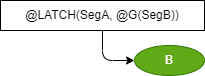
Above: Language/png/Op3.dio.png in DualsoftDev/ds (draw.io), before the change. Source tidied: cells renumbered, new cells last; positions are measured from the earlier drawing's top-left corner, leaving out a move shared by most shapes. Source of this version:
```xml
<mxGraphModel>
  <root>
    <mxCell id="0" />
    <mxCell id="1" parent="0" />
    <mxCell id="2" style="edgeStyle=orthogonalEdgeStyle;html=1;entryX=0;entryY=0.5;entryDx=0;entryDy=0;" parent="1" edge="1" source="4" target="3">
      <mxGeometry relative="1" as="geometry" />
    </mxCell>
    <mxCell id="3" value="B" style="ellipse;whiteSpace=wrap;html=1;fillColor=#60a917;fontColor=#ffffff;strokeColor=#2D7600;" parent="1" vertex="1">
      <mxGeometry x="134" y="45" width="70" height="30" as="geometry" />
    </mxCell>
    <mxCell id="4" value="@LATCH(SegA, @G(SegB))" style="rounded=0;whiteSpace=wrap;html=1;" parent="1" vertex="1">
      <mxGeometry width="204" height="30" as="geometry" />
    </mxCell>
  </root>
</mxGraphModel>
```
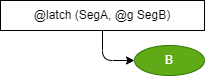
After the commit.

The edit, as a diff of the source:
```diff
@@ -8,7 +8,7 @@
     <mxCell id="3" value="B" style="ellipse;whiteSpace=wrap;html=1;fillColor=#60a917;fontColor=#ffffff;strokeColor=#2D7600;" parent="1" vertex="1">
       <mxGeometry x="134" y="45" width="70" height="30" as="geometry" />
     </mxCell>
-    <mxCell id="4" value="@LATCH(SegA, @G(SegB))" style="rounded=0;whiteSpace=wrap;html=1;" parent="1" vertex="1">
+    <mxCell id="4" value="@latch (SegA, @g SegB)" style="rounded=0;whiteSpace=wrap;html=1;" parent="1" vertex="1">
       <mxGeometry width="204" height="30" as="geometry" />
     </mxCell>
   </root>
```
